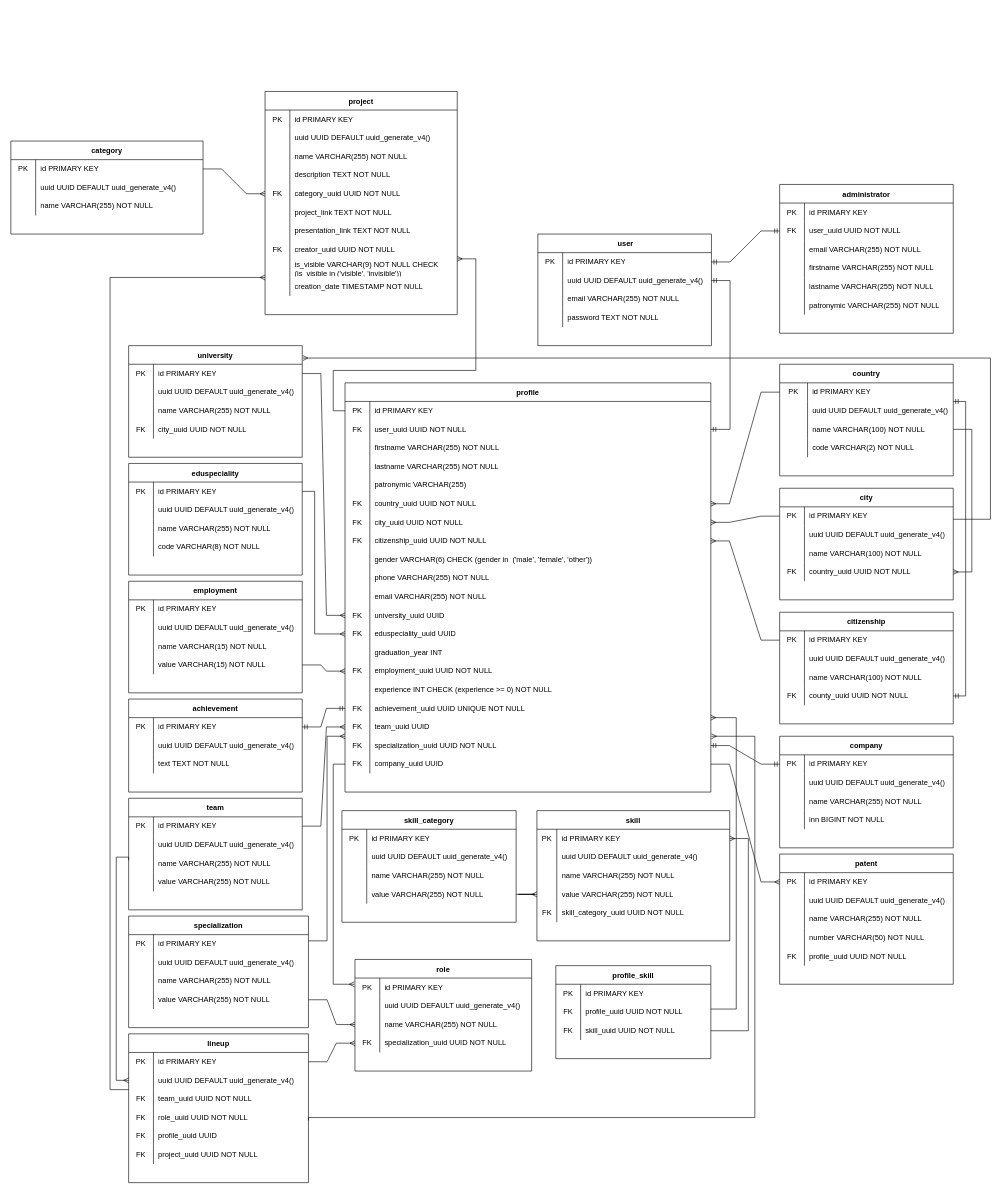
Earlier version of the draw.io diagram docs/dr.drawio (Pivnoy/lg). Source tidied: cells renumbered, new cells numbered last; positions are measured from the earlier drawing's top-left corner, leaving out a move shared by most shapes. Both pictures are drawn from the tidied source at 62%, with x=0, y=0 at pixel (11, 91).
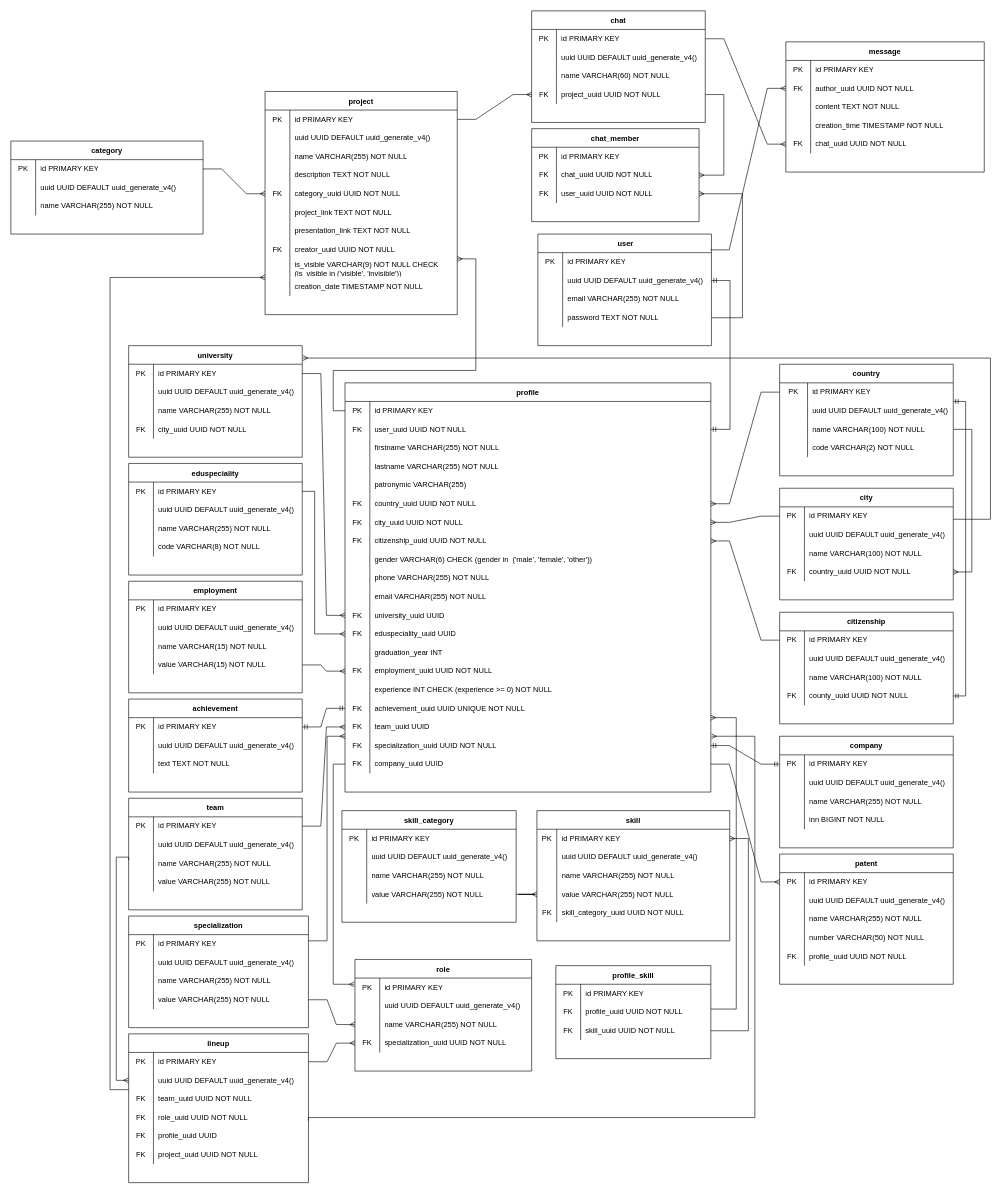
After the change.

Commit message (it also covers changes not shown here):
fix: input data

The change refers to these unchanged cells:
```xml
<mxCell id="277" style="shape=tableRow;horizontal=0;startSize=0;swimlaneHead=0;swimlaneBody=0;top=0;left=0;bottom=0;right=0;fillColor=none;points=[[0,0.5],[1,0.5]];portConstraint=eastwest;" parent="276" vertex="1">
  <mxGeometry y="30" width="280" height="30" as="geometry" />
</mxCell>
<mxCell id="286" style="shape=tableRow;horizontal=0;startSize=0;swimlaneHead=0;swimlaneBody=0;top=0;left=0;bottom=0;right=0;fillColor=none;points=[[0,0.5],[1,0.5]];portConstraint=eastwest;" parent="276" vertex="1">
  <mxGeometry y="120" width="280" height="30" as="geometry" />
</mxCell>
<mxCell id="291" style="shape=tableRow;horizontal=0;startSize=0;swimlaneHead=0;swimlaneBody=0;top=0;left=0;bottom=0;right=0;fillColor=none;points=[[0,0.5],[1,0.5]];portConstraint=eastwest;" parent="290" vertex="1">
  <mxGeometry y="30" width="310" height="30" as="geometry" />
</mxCell>
```

What changed in the source:
```diff
@@
-    <mxCell id="344" value="administrator" style="shape=table;startSize=30;childLayout=tableLayout;rowLines=0;fontStyle=1;" parent="1" vertex="1">
-      <mxGeometry x="1240" y="150" width="280" height="240" as="geometry" />
-    </mxCell>
-    <mxCell id="345" style="shape=tableRow;horizontal=0;startSize=0;swimlaneHead=0;swimlaneBody=0;top=0;left=0;bottom=0;right=0;fillColor=none;points=[[0,0.5],[1,0.5]];portConstraint=eastwest;" parent="344" vertex="1">
-      <mxGeometry y="30" width="280" height="30" as="geometry" />
-    </mxCell>
-    <mxCell id="346" value="PK" style="shape=partialRectangle;html=1;whiteSpace=wrap;fillColor=none;top=0;left=0;bottom=0;right=0;overflow=hidden;" parent="345" vertex="1">
-      <mxGeometry width="40" height="30" as="geometry" />
-    </mxCell>
-    <mxCell id="347" value="id PRIMARY KEY" style="shape=partialRectangle;html=1;whiteSpace=wrap;fillColor=none;top=0;left=0;bottom=0;right=0;align=left;spacingLeft=6;overflow=hidden;" parent="345" vertex="1">
-      <mxGeometry x="40" width="240" height="30" as="geometry" />
-    </mxCell>
-    <mxCell id="348" style="shape=tableRow;horizontal=0;startSize=0;swimlaneHead=0;swimlaneBody=0;top=0;left=0;bottom=0;right=0;fillColor=none;points=[[0,0.5],[1,0.5]];portConstraint=eastwest;" parent="344" vertex="1">
-      <mxGeometry y="60" width="280" height="30" as="geometry" />
-    </mxCell>
-    <mxCell id="349" value="FK" style="shape=partialRectangle;html=1;whiteSpace=wrap;fillColor=none;top=0;left=0;bottom=0;right=0;overflow=hidden;" parent="348" vertex="1">
-      <mxGeometry width="40" height="30" as="geometry" />
-    </mxCell>
-    <mxCell id="350" value="user_uuid UUID NOT NULL" style="shape=partialRectangle;html=1;whiteSpace=wrap;fillColor=none;top=0;left=0;bottom=0;right=0;align=left;spacingLeft=6;overflow=hidden;" parent="348" vertex="1">
-      <mxGeometry x="40" width="240" height="30" as="geometry" />
-    </mxCell>
-    <mxCell id="351" style="shape=tableRow;horizontal=0;startSize=0;swimlaneHead=0;swimlaneBody=0;top=0;left=0;bottom=0;right=0;fillColor=none;" parent="344" vertex="1">
-      <mxGeometry y="90" width="280" height="30" as="geometry" />
-    </mxCell>
-    <mxCell id="352" style="shape=partialRectangle;html=1;whiteSpace=wrap;fillColor=none;top=0;left=0;bottom=0;right=0;overflow=hidden;" parent="351" vertex="1">
-      <mxGeometry width="40" height="30" as="geometry" />
-    </mxCell>
-    <mxCell id="353" value="email VARCHAR(255) NOT NULL" style="shape=partialRectangle;html=1;whiteSpace=wrap;fillColor=none;top=0;left=0;bottom=0;right=0;align=left;spacingLeft=6;overflow=hidden;" parent="351" vertex="1">
-      <mxGeometry x="40" width="240" height="30" as="geometry" />
-    </mxCell>
-    <mxCell id="354" style="shape=tableRow;horizontal=0;startSize=0;swimlaneHead=0;swimlaneBody=0;top=0;left=0;bottom=0;right=0;fillColor=none;points=[[0,0.5],[1,0.5]];portConstraint=eastwest;" parent="344" vertex="1">
-      <mxGeometry y="120" width="280" height="30" as="geometry" />
-    </mxCell>
-    <mxCell id="355" style="shape=partialRectangle;html=1;whiteSpace=wrap;fillColor=none;top=0;left=0;bottom=0;right=0;overflow=hidden;" parent="354" vertex="1">
-      <mxGeometry width="40" height="30" as="geometry" />
-    </mxCell>
-    <mxCell id="356" value="firstname VARCHAR(255) NOT NULL" style="shape=partialRectangle;html=1;whiteSpace=wrap;fillColor=none;top=0;left=0;bottom=0;right=0;align=left;spacingLeft=6;overflow=hidden;" parent="354" vertex="1">
-      <mxGeometry x="40" width="240" height="30" as="geometry" />
-    </mxCell>
-    <mxCell id="357" style="shape=tableRow;horizontal=0;startSize=0;swimlaneHead=0;swimlaneBody=0;top=0;left=0;bottom=0;right=0;fillColor=none;" parent="344" vertex="1">
-      <mxGeometry y="150" width="280" height="30" as="geometry" />
-    </mxCell>
-    <mxCell id="358" style="shape=partialRectangle;html=1;whiteSpace=wrap;fillColor=none;top=0;left=0;bottom=0;right=0;overflow=hidden;" parent="357" vertex="1">
-      <mxGeometry width="40" height="30" as="geometry" />
-    </mxCell>
-    <mxCell id="359" value="lastname VARCHAR(255) NOT NULL" style="shape=partialRectangle;html=1;whiteSpace=wrap;fillColor=none;top=0;left=0;bottom=0;right=0;align=left;spacingLeft=6;overflow=hidden;" parent="357" vertex="1">
-      <mxGeometry x="40" width="240" height="30" as="geometry" />
-    </mxCell>
-    <mxCell id="360" style="shape=tableRow;horizontal=0;startSize=0;swimlaneHead=0;swimlaneBody=0;top=0;left=0;bottom=0;right=0;fillColor=none;" parent="344" vertex="1">
-      <mxGeometry y="180" width="280" height="30" as="geometry" />
-    </mxCell>
-    <mxCell id="361" style="shape=partialRectangle;html=1;whiteSpace=wrap;fillColor=none;top=0;left=0;bottom=0;right=0;overflow=hidden;" parent="360" vertex="1">
-      <mxGeometry width="40" height="30" as="geometry" />
-    </mxCell>
-    <mxCell id="362" value="patronymic VARCHAR(255) NOT NULL" style="shape=partialRectangle;html=1;whiteSpace=wrap;fillColor=none;top=0;left=0;bottom=0;right=0;align=left;spacingLeft=6;overflow=hidden;" parent="360" vertex="1">
-      <mxGeometry x="40" width="240" height="30" as="geometry" />
-    </mxCell>
-    <mxCell id="363" style="edgeStyle=entityRelationEdgeStyle;fontSize=12;html=1;endArrow=ERmandOne;startArrow=ERmandOne;rounded=0;" parent="1" edge="1" source="277" target="348">
-      <mxGeometry relative="1" as="geometry" />
-    </mxCell>
@@
+    <mxCell id="377" value="chat" style="shape=table;startSize=30;childLayout=tableLayout;rowLines=0;fontStyle=1;" parent="1" vertex="1">
+      <mxGeometry x="840" y="-130" width="280" height="180" as="geometry" />
+    </mxCell>
+    <mxCell id="345" style="shape=tableRow;horizontal=0;startSize=0;swimlaneHead=0;swimlaneBody=0;top=0;left=0;bottom=0;right=0;fillColor=none;points=[[0,0.5],[1,0.5]];portConstraint=eastwest;" parent="377" vertex="1">
+      <mxGeometry y="30" width="280" height="30" as="geometry" />
+    </mxCell>
+    <mxCell id="378" value="PK" style="shape=partialRectangle;html=1;whiteSpace=wrap;fillColor=none;top=0;left=0;bottom=0;right=0;overflow=hidden;" parent="345" vertex="1">
+      <mxGeometry width="40" height="30" as="geometry" />
+    </mxCell>
+    <mxCell id="347" value="id PRIMARY KEY" style="shape=partialRectangle;html=1;whiteSpace=wrap;fillColor=none;top=0;left=0;bottom=0;right=0;align=left;spacingLeft=6;overflow=hidden;" parent="345" vertex="1">
+      <mxGeometry x="40" width="240" height="30" as="geometry" />
+    </mxCell>
+    <mxCell id="348" style="shape=tableRow;horizontal=0;startSize=0;swimlaneHead=0;swimlaneBody=0;top=0;left=0;bottom=0;right=0;fillColor=none;points=[[0,0.5],[1,0.5]];portConstraint=eastwest;" parent="377" vertex="1">
+      <mxGeometry y="60" width="280" height="30" as="geometry" />
+    </mxCell>
+    <mxCell id="379" style="shape=partialRectangle;html=1;whiteSpace=wrap;fillColor=none;top=0;left=0;bottom=0;right=0;overflow=hidden;" parent="348" vertex="1">
+      <mxGeometry width="40" height="30" as="geometry" />
+    </mxCell>
+    <mxCell id="380" value="uuid UUID DEFAULT uuid_generate_v4()" style="shape=partialRectangle;html=1;whiteSpace=wrap;fillColor=none;top=0;left=0;bottom=0;right=0;align=left;spacingLeft=6;overflow=hidden;" parent="348" vertex="1">
+      <mxGeometry x="40" width="240" height="30" as="geometry" />
+    </mxCell>
+    <mxCell id="351" style="shape=tableRow;horizontal=0;startSize=0;swimlaneHead=0;swimlaneBody=0;top=0;left=0;bottom=0;right=0;fillColor=none;" parent="377" vertex="1">
+      <mxGeometry y="90" width="280" height="30" as="geometry" />
+    </mxCell>
+    <mxCell id="381" style="shape=partialRectangle;html=1;whiteSpace=wrap;fillColor=none;top=0;left=0;bottom=0;right=0;overflow=hidden;" parent="351" vertex="1">
+      <mxGeometry width="40" height="30" as="geometry" />
+    </mxCell>
+    <mxCell id="382" value="name VARCHAR(60) NOT NULL" style="shape=partialRectangle;html=1;whiteSpace=wrap;fillColor=none;top=0;left=0;bottom=0;right=0;align=left;spacingLeft=6;overflow=hidden;" parent="351" vertex="1">
+      <mxGeometry x="40" width="240" height="30" as="geometry" />
+    </mxCell>
+    <mxCell id="354" style="shape=tableRow;horizontal=0;startSize=0;swimlaneHead=0;swimlaneBody=0;top=0;left=0;bottom=0;right=0;fillColor=none;points=[[0,0.5],[1,0.5]];portConstraint=eastwest;" parent="377" vertex="1">
+      <mxGeometry y="120" width="280" height="30" as="geometry" />
+    </mxCell>
+    <mxCell id="383" value="FK" style="shape=partialRectangle;html=1;whiteSpace=wrap;fillColor=none;top=0;left=0;bottom=0;right=0;overflow=hidden;" parent="354" vertex="1">
+      <mxGeometry width="40" height="30" as="geometry" />
+    </mxCell>
+    <mxCell id="384" value="project_uuid UUID NOT NULL" style="shape=partialRectangle;html=1;whiteSpace=wrap;fillColor=none;top=0;left=0;bottom=0;right=0;align=left;spacingLeft=6;overflow=hidden;" parent="354" vertex="1">
+      <mxGeometry x="40" width="240" height="30" as="geometry" />
+    </mxCell>
+    <mxCell id="385" value="message" style="shape=table;startSize=30;childLayout=tableLayout;rowLines=0;fontStyle=1;" parent="1" vertex="1">
+      <mxGeometry x="1250" y="-80" width="320" height="210" as="geometry" />
+    </mxCell>
+    <mxCell id="386" style="shape=tableRow;horizontal=0;startSize=0;swimlaneHead=0;swimlaneBody=0;top=0;left=0;bottom=0;right=0;fillColor=none;" parent="385" vertex="1">
+      <mxGeometry y="30" width="320" height="30" as="geometry" />
+    </mxCell>
+    <mxCell id="387" value="PK" style="shape=partialRectangle;html=1;whiteSpace=wrap;fillColor=none;top=0;left=0;bottom=0;right=0;overflow=hidden;" parent="386" vertex="1">
+      <mxGeometry width="40" height="30" as="geometry" />
+    </mxCell>
+    <mxCell id="388" value="id PRIMARY KEY" style="shape=partialRectangle;html=1;whiteSpace=wrap;fillColor=none;top=0;left=0;bottom=0;right=0;align=left;spacingLeft=6;overflow=hidden;" parent="386" vertex="1">
+      <mxGeometry x="40" width="280" height="30" as="geometry" />
+    </mxCell>
+    <mxCell id="389" style="shape=tableRow;horizontal=0;startSize=0;swimlaneHead=0;swimlaneBody=0;top=0;left=0;bottom=0;right=0;fillColor=none;points=[[0,0.5],[1,0.5]];portConstraint=eastwest;" parent="385" vertex="1">
+      <mxGeometry y="60" width="320" height="30" as="geometry" />
+    </mxCell>
+    <mxCell id="390" value="FK" style="shape=partialRectangle;html=1;whiteSpace=wrap;fillColor=none;top=0;left=0;bottom=0;right=0;overflow=hidden;" parent="389" vertex="1">
+      <mxGeometry width="40" height="30" as="geometry" />
+    </mxCell>
+    <mxCell id="391" value="author_uuid UUID NOT NULL" style="shape=partialRectangle;html=1;whiteSpace=wrap;fillColor=none;top=0;left=0;bottom=0;right=0;align=left;spacingLeft=6;overflow=hidden;" parent="389" vertex="1">
+      <mxGeometry x="40" width="280" height="30" as="geometry" />
+    </mxCell>
+    <mxCell id="392" style="shape=tableRow;horizontal=0;startSize=0;swimlaneHead=0;swimlaneBody=0;top=0;left=0;bottom=0;right=0;fillColor=none;" parent="385" vertex="1">
+      <mxGeometry y="90" width="320" height="30" as="geometry" />
+    </mxCell>
+    <mxCell id="393" style="shape=partialRectangle;html=1;whiteSpace=wrap;fillColor=none;top=0;left=0;bottom=0;right=0;overflow=hidden;" parent="392" vertex="1">
+      <mxGeometry width="40" height="30" as="geometry" />
+    </mxCell>
+    <mxCell id="394" value="content TEXT NOT NULL" style="shape=partialRectangle;html=1;whiteSpace=wrap;fillColor=none;top=0;left=0;bottom=0;right=0;align=left;spacingLeft=6;overflow=hidden;" parent="392" vertex="1">
+      <mxGeometry x="40" width="280" height="30" as="geometry" />
+    </mxCell>
+    <mxCell id="395" style="shape=tableRow;horizontal=0;startSize=0;swimlaneHead=0;swimlaneBody=0;top=0;left=0;bottom=0;right=0;fillColor=none;" parent="385" vertex="1">
+      <mxGeometry y="120" width="320" height="30" as="geometry" />
+    </mxCell>
+    <mxCell id="396" style="shape=partialRectangle;html=1;whiteSpace=wrap;fillColor=none;top=0;left=0;bottom=0;right=0;overflow=hidden;" parent="395" vertex="1">
+      <mxGeometry width="40" height="30" as="geometry" />
+    </mxCell>
+    <mxCell id="397" value="creation_time TIMESTAMP NOT NULL" style="shape=partialRectangle;html=1;whiteSpace=wrap;fillColor=none;top=0;left=0;bottom=0;right=0;align=left;spacingLeft=6;overflow=hidden;" parent="395" vertex="1">
+      <mxGeometry x="40" width="280" height="30" as="geometry" />
+    </mxCell>
+    <mxCell id="398" style="shape=tableRow;horizontal=0;startSize=0;swimlaneHead=0;swimlaneBody=0;top=0;left=0;bottom=0;right=0;fillColor=none;points=[[0,0.5],[1,0.5]];portConstraint=eastwest;" parent="385" vertex="1">
+      <mxGeometry y="150" width="320" height="30" as="geometry" />
+    </mxCell>
+    <mxCell id="399" value="FK" style="shape=partialRectangle;html=1;whiteSpace=wrap;fillColor=none;top=0;left=0;bottom=0;right=0;overflow=hidden;" parent="398" vertex="1">
+      <mxGeometry width="40" height="30" as="geometry" />
+    </mxCell>
+    <mxCell id="400" value="chat_uuid UUID NOT NULL" style="shape=partialRectangle;html=1;whiteSpace=wrap;fillColor=none;top=0;left=0;bottom=0;right=0;align=left;spacingLeft=6;overflow=hidden;" parent="398" vertex="1">
+      <mxGeometry x="40" width="280" height="30" as="geometry" />
+    </mxCell>
+    <mxCell id="401" value="chat_member" style="shape=table;startSize=30;childLayout=tableLayout;rowLines=0;fontStyle=1;" parent="1" vertex="1">
+      <mxGeometry x="840" y="60" width="270" height="150" as="geometry" />
+    </mxCell>
+    <mxCell id="402" style="shape=tableRow;horizontal=0;startSize=0;swimlaneHead=0;swimlaneBody=0;top=0;left=0;bottom=0;right=0;fillColor=none;" parent="401" vertex="1">
+      <mxGeometry y="30" width="270" height="30" as="geometry" />
+    </mxCell>
+    <mxCell id="403" value="PK" style="shape=partialRectangle;html=1;whiteSpace=wrap;fillColor=none;top=0;left=0;bottom=0;right=0;overflow=hidden;" parent="402" vertex="1">
+      <mxGeometry width="40" height="30" as="geometry" />
+    </mxCell>
+    <mxCell id="404" value="id PRIMARY KEY" style="shape=partialRectangle;html=1;whiteSpace=wrap;fillColor=none;top=0;left=0;bottom=0;right=0;align=left;spacingLeft=6;overflow=hidden;" parent="402" vertex="1">
+      <mxGeometry x="40" width="230" height="30" as="geometry" />
+    </mxCell>
+    <mxCell id="405" style="shape=tableRow;horizontal=0;startSize=0;swimlaneHead=0;swimlaneBody=0;top=0;left=0;bottom=0;right=0;fillColor=none;points=[[0,0.5],[1,0.5]];portConstraint=eastwest;" parent="401" vertex="1">
+      <mxGeometry y="60" width="270" height="30" as="geometry" />
+    </mxCell>
+    <mxCell id="406" value="FK" style="shape=partialRectangle;html=1;whiteSpace=wrap;fillColor=none;top=0;left=0;bottom=0;right=0;overflow=hidden;" parent="405" vertex="1">
+      <mxGeometry width="40" height="30" as="geometry" />
+    </mxCell>
+    <mxCell id="407" value="chat_uuid UUID NOT NULL" style="shape=partialRectangle;html=1;whiteSpace=wrap;fillColor=none;top=0;left=0;bottom=0;right=0;align=left;spacingLeft=6;overflow=hidden;" parent="405" vertex="1">
+      <mxGeometry x="40" width="230" height="30" as="geometry" />
+    </mxCell>
+    <mxCell id="408" style="shape=tableRow;horizontal=0;startSize=0;swimlaneHead=0;swimlaneBody=0;top=0;left=0;bottom=0;right=0;fillColor=none;points=[[0,0.5],[1,0.5]];portConstraint=eastwest;" parent="401" vertex="1">
+      <mxGeometry y="90" width="270" height="30" as="geometry" />
+    </mxCell>
+    <mxCell id="409" value="FK" style="shape=partialRectangle;html=1;whiteSpace=wrap;fillColor=none;top=0;left=0;bottom=0;right=0;overflow=hidden;" parent="408" vertex="1">
+      <mxGeometry width="40" height="30" as="geometry" />
+    </mxCell>
+    <mxCell id="350" value="user_uuid UUID NOT NULL" style="shape=partialRectangle;html=1;whiteSpace=wrap;fillColor=none;top=0;left=0;bottom=0;right=0;align=left;spacingLeft=6;overflow=hidden;" parent="408" vertex="1">
+      <mxGeometry x="40" width="230" height="30" as="geometry" />
+    </mxCell>
+    <mxCell id="410" style="edgeStyle=entityRelationEdgeStyle;fontSize=12;html=1;endArrow=ERmany;rounded=0;" parent="1" edge="1" source="345" target="398">
+      <mxGeometry relative="1" as="geometry" />
+    </mxCell>
+    <mxCell id="411" style="edgeStyle=entityRelationEdgeStyle;fontSize=12;html=1;endArrow=ERmany;rounded=0;exitX=0.995;exitY=-0.15;exitDx=0;exitDy=0;exitPerimeter=0;" parent="1" edge="1" source="277" target="389">
+      <mxGeometry relative="1" as="geometry" />
+    </mxCell>
+    <mxCell id="412" style="edgeStyle=entityRelationEdgeStyle;fontSize=12;html=1;endArrow=ERmany;rounded=0;" parent="1" edge="1" source="291" target="354">
+      <mxGeometry relative="1" as="geometry" />
+    </mxCell>
+    <mxCell id="413" style="edgeStyle=orthogonalEdgeStyle;fontSize=12;html=1;endArrow=ERmany;rounded=0;" parent="1" edge="1" source="286" target="408">
+      <mxGeometry relative="1" as="geometry">
+        <Array as="points">
+          <mxPoint x="1180" y="365" />
+          <mxPoint x="1180" y="165" />
+        </Array>
+      </mxGeometry>
+    </mxCell>
+    <mxCell id="414" style="edgeStyle=entityRelationEdgeStyle;fontSize=12;html=1;endArrow=ERmany;rounded=0;" parent="1" edge="1" source="354" target="405">
+      <mxGeometry relative="1" as="geometry" />
+    </mxCell>
```
